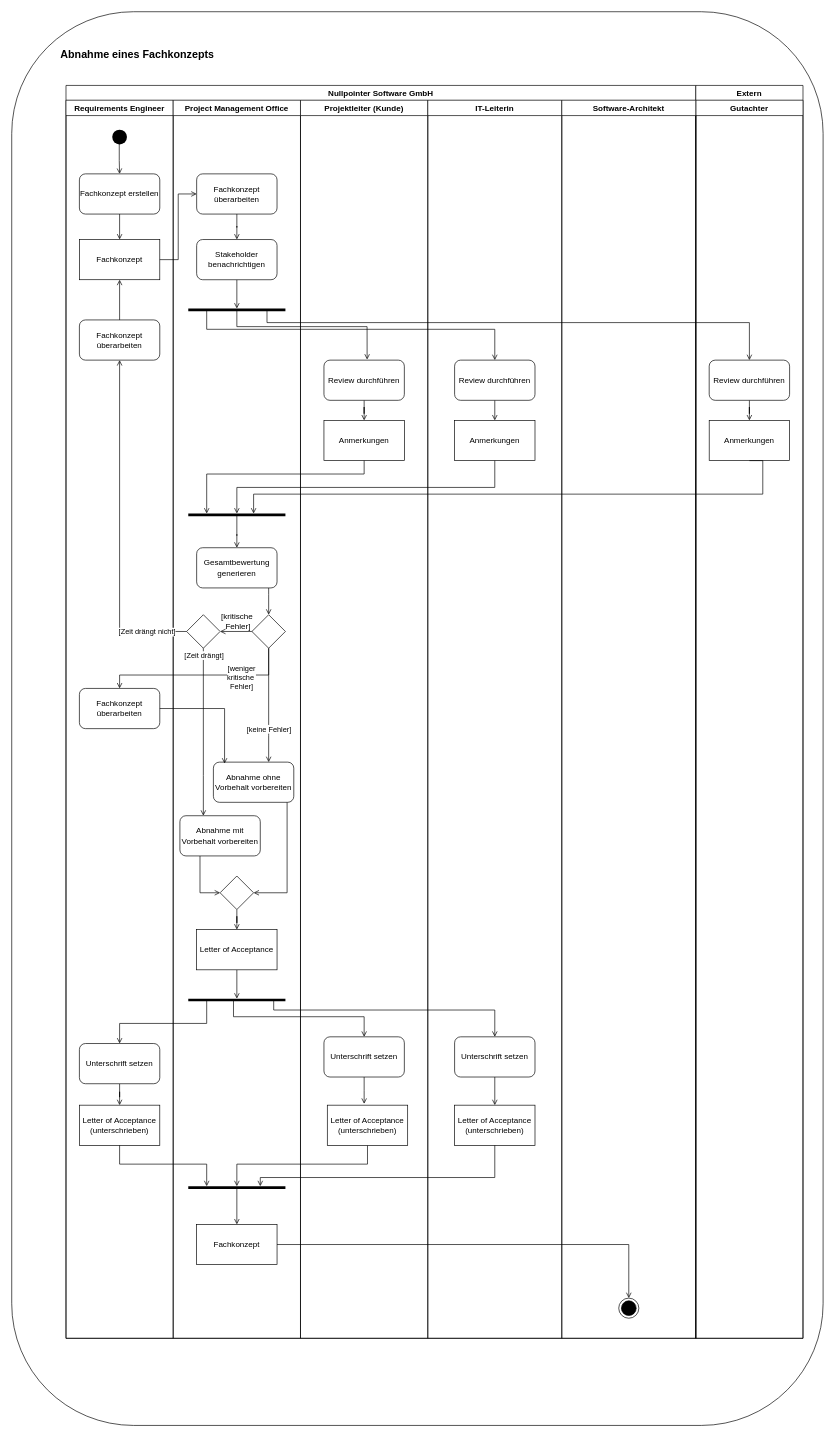
The draw.io diagram Uebung2/Aufgabe1/Aktivitätsdiagramm.drawio in Software-Engineering-Team-HBRS/uebungsaufgaben, before the edit. Source tidied: cells renumbered, new cells numbered last; positions are measured from the earlier drawing's top-left corner, leaving out a move shared by most shapes. Both pictures are drawn from the tidied source at 67%, with x=0, y=0 at pixel (11, 11).
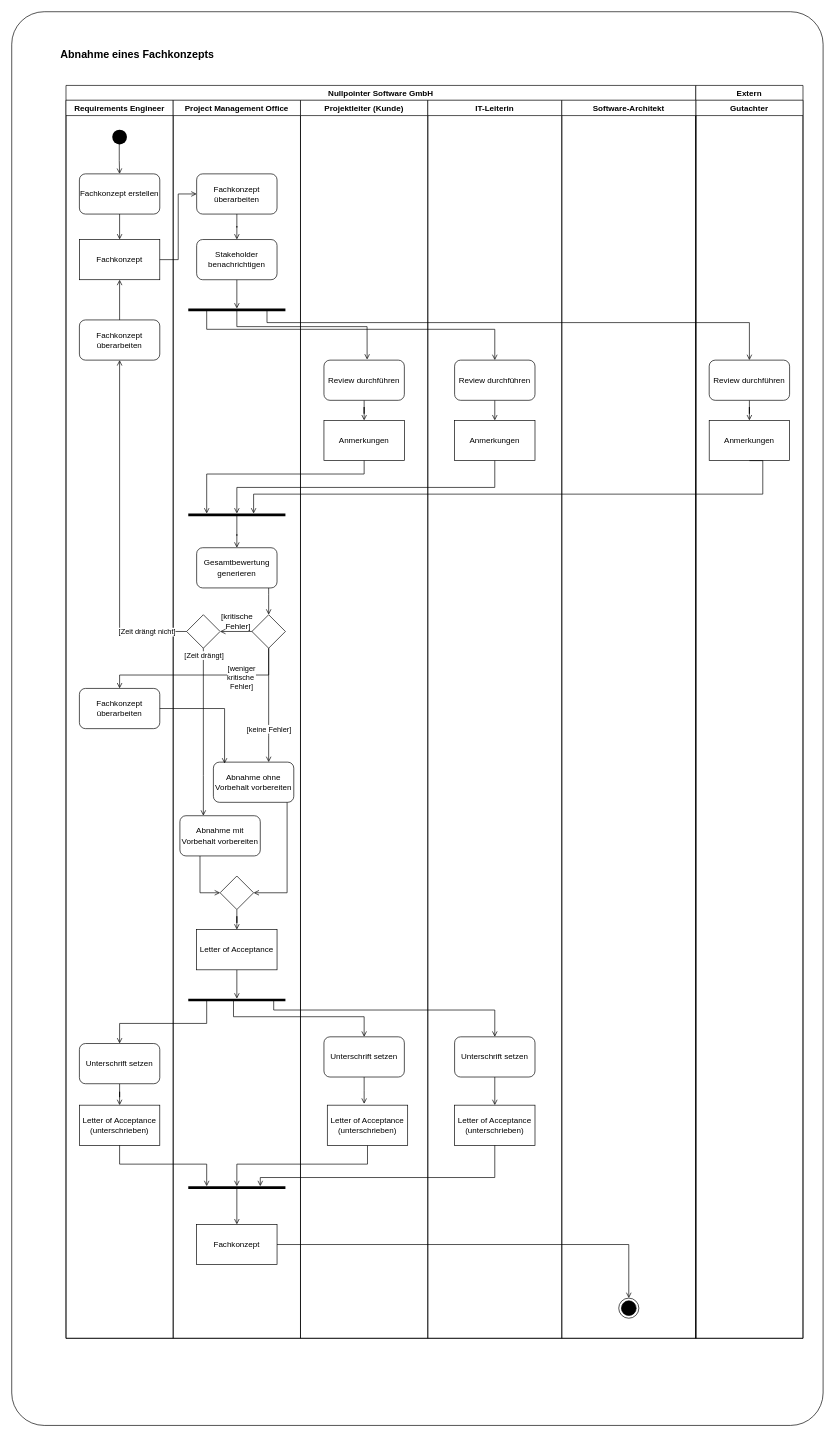
The same page after the edit.

The edit, as a diff of the source:
```diff
@@
-    <mxCell id="2" style="rounded=1;whiteSpace=wrap;html=1;" parent="1" vertex="1">
+    <mxCell id="2" style="rounded=1;whiteSpace=wrap;html=1;arcSize=4;" parent="1" vertex="1">
       <mxGeometry width="1211" height="2110" as="geometry" />
     </mxCell>
```
